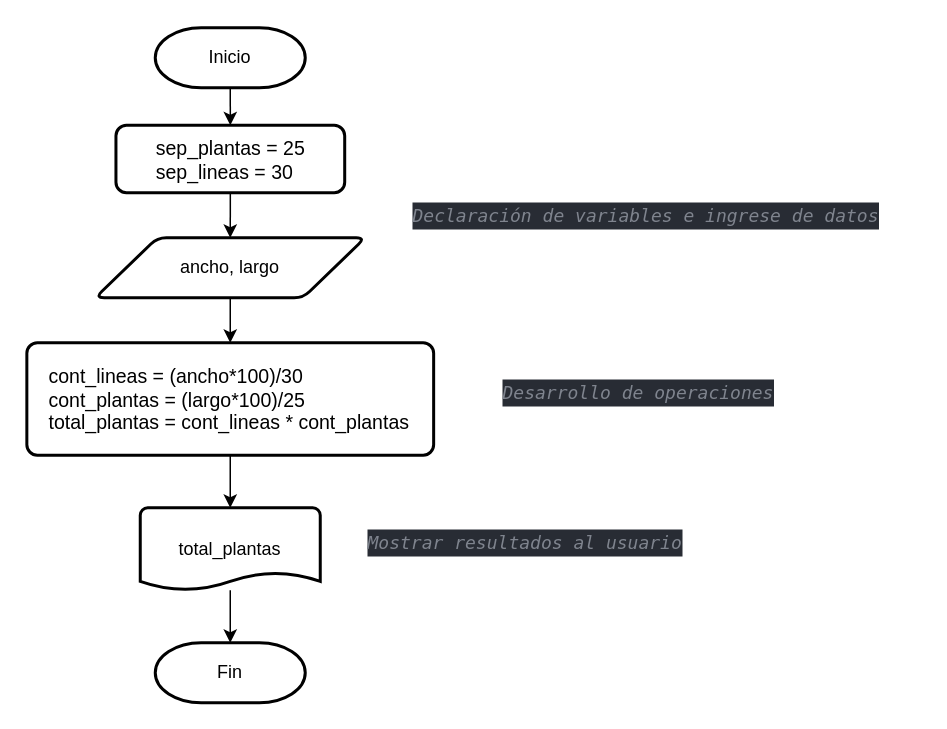
JaritaSanty/draw.io_BookPython keeps this draw.io diagram as Ejercicio_11.drawio. Above is the earlier version. Source tidied: cells renumbered, new cells numbered last; positions are measured from the earlier drawing's top-left corner, leaving out a move shared by most shapes. Both pictures are drawn from the tidied source at 150%, with x=0, y=0 at pixel (26, 27).
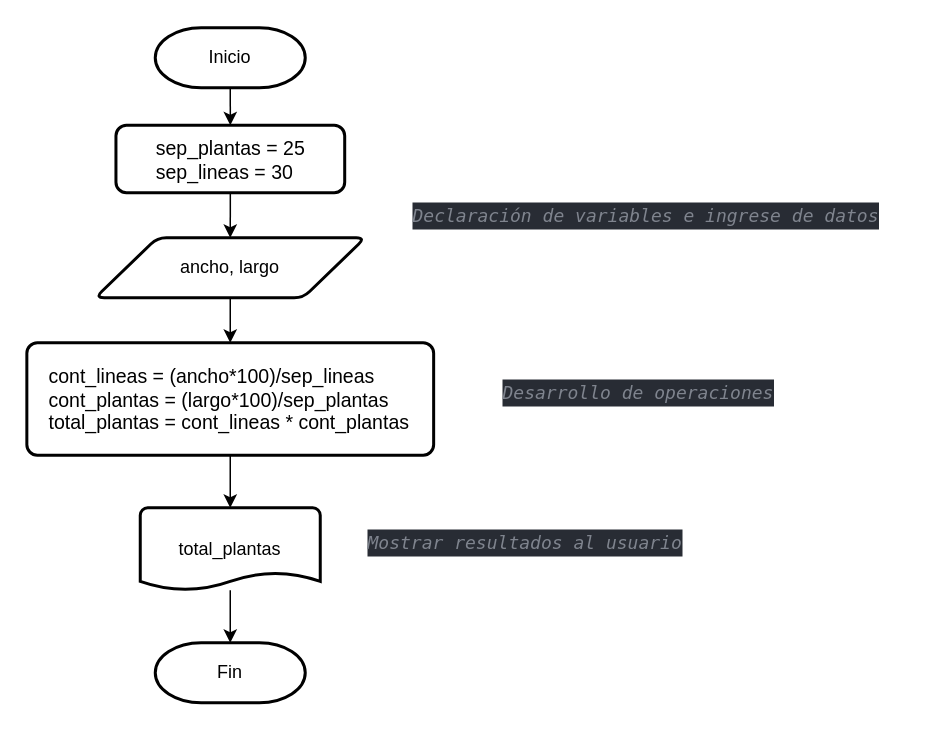
The same page after the edit.

The edit, as a diff of the source:
```diff
@@
 <mxGraphModel>
   <root>
     <mxCell id="0" />
     <mxCell id="1" parent="0" />
     <mxCell id="2" value="Inicio" style="strokeWidth=2;html=1;shape=mxgraph.flowchart.terminator;whiteSpace=wrap;" parent="1" vertex="1">
       <mxGeometry x="86" width="100" height="40" as="geometry" />
     </mxCell>
     <mxCell id="3" style="edgeStyle=orthogonalEdgeStyle;rounded=0;jettySize=auto;html=1;fontSize=13;exitX=0.5;exitY=1;exitDx=0;exitDy=0;entryX=0.5;entryY=0;entryDx=0;entryDy=0;" parent="1" edge="1" source="15" target="4">
       <mxGeometry relative="1" as="geometry" />
     </mxCell>
     <mxCell id="4" value="&lt;div style=&quot;text-align: start;&quot;&gt;ancho, largo&lt;/div&gt;" style="shape=parallelogram;html=1;strokeWidth=2;perimeter=parallelogramPerimeter;whiteSpace=wrap;rounded=1;arcSize=12;size=0.23;" parent="1" vertex="1">
       <mxGeometry x="46" y="140" width="180" height="40" as="geometry" />
     </mxCell>
     <mxCell id="5" value="total_plantas" style="strokeWidth=2;html=1;shape=mxgraph.flowchart.document2;whiteSpace=wrap;size=0.21413051060267857;" parent="1" vertex="1">
       <mxGeometry x="76" y="320" width="120" height="55" as="geometry" />
     </mxCell>
     <mxCell id="6" value="Fin" style="strokeWidth=2;html=1;shape=mxgraph.flowchart.terminator;whiteSpace=wrap;" parent="1" vertex="1">
       <mxGeometry x="86" y="410" width="100" height="40" as="geometry" />
     </mxCell>
     <mxCell id="7" style="endArrow=classic;html=1;rounded=0;exitX=0.5;exitY=1;exitDx=0;exitDy=0;exitPerimeter=0;entryX=0.5;entryY=0;entryDx=0;entryDy=0;" parent="1" edge="1" source="2" target="15">
       <mxGeometry relative="1" as="geometry" />
     </mxCell>
     <mxCell id="8" style="endArrow=classic;html=1;rounded=0;exitX=0.5;exitY=1;exitDx=0;exitDy=0;entryX=0.5;entryY=0;entryDx=0;entryDy=0;" parent="1" edge="1" source="4" target="14">
       <mxGeometry relative="1" as="geometry" />
     </mxCell>
     <mxCell id="9" style="endArrow=classic;html=1;rounded=0;entryX=0.5;entryY=0;entryDx=0;entryDy=0;entryPerimeter=0;" parent="1" edge="1" source="5" target="6">
       <mxGeometry relative="1" as="geometry" />
     </mxCell>
     <mxCell id="10" value="&lt;div style=&quot;font-style: normal; font-variant-caps: normal; font-weight: normal; letter-spacing: normal; text-align: start; text-indent: 0px; text-transform: none; word-spacing: 0px; -webkit-text-stroke-width: 0px; text-decoration: none; color: rgb(171, 178, 191); background-color: rgb(40, 44, 52); font-family: &amp;quot;Fira Code&amp;quot;, &amp;quot;Menlo for Powerline&amp;quot;, Menlo, Monaco, &amp;quot;Courier New&amp;quot;, monospace; font-size: 12px; line-height: 18px;&quot;&gt;&lt;div&gt;&lt;span style=&quot;color: rgb(127, 132, 142); font-style: italic;&quot;&gt;Declaración de variables e ingrese de datos&lt;/span&gt;&lt;/div&gt;&lt;/div&gt;" style="text;whiteSpace=wrap;html=1;" parent="1" vertex="1">
       <mxGeometry x="256" y="110" width="340" height="40" as="geometry" />
     </mxCell>
     <mxCell id="11" value="&lt;div style=&quot;font-style: normal; font-variant-caps: normal; font-weight: normal; letter-spacing: normal; text-align: start; text-indent: 0px; text-transform: none; word-spacing: 0px; -webkit-text-stroke-width: 0px; text-decoration: none; color: rgb(171, 178, 191); background-color: rgb(40, 44, 52); font-family: &amp;quot;Fira Code&amp;quot;, &amp;quot;Menlo for Powerline&amp;quot;, Menlo, Monaco, &amp;quot;Courier New&amp;quot;, monospace; font-size: 12px; line-height: 18px;&quot;&gt;&lt;div&gt;&lt;span style=&quot;color: rgb(127, 132, 142); font-style: italic;&quot;&gt;Mostrar resultados al usuario&lt;/span&gt;&lt;/div&gt;&lt;/div&gt;" style="text;whiteSpace=wrap;html=1;" parent="1" vertex="1">
       <mxGeometry x="226" y="327.5" width="240" height="40" as="geometry" />
     </mxCell>
     <mxCell id="12" style="edgeStyle=orthogonalEdgeStyle;rounded=0;jettySize=auto;html=1;exitX=0.5;exitY=1;exitDx=0;exitDy=0;entryX=0.5;entryY=0;entryDx=0;entryDy=0;entryPerimeter=0;" parent="1" edge="1" source="14" target="5">
       <mxGeometry relative="1" as="geometry" />
     </mxCell>
     <mxCell id="13" value="&lt;div style=&quot;font-style: normal; font-variant-caps: normal; font-weight: normal; letter-spacing: normal; text-align: start; text-indent: 0px; text-transform: none; word-spacing: 0px; -webkit-text-stroke-width: 0px; text-decoration: none; color: rgb(171, 178, 191); background-color: rgb(40, 44, 52); font-family: &amp;quot;Fira Code&amp;quot;, &amp;quot;Menlo for Powerline&amp;quot;, Menlo, Monaco, &amp;quot;Courier New&amp;quot;, monospace; font-size: 12px; line-height: 18px;&quot;&gt;&lt;div&gt;&lt;span style=&quot;color: rgb(127, 132, 142); font-style: italic;&quot;&gt;Desarrollo de operaciones&lt;/span&gt;&lt;/div&gt;&lt;/div&gt;" style="text;whiteSpace=wrap;html=1;" parent="1" vertex="1">
       <mxGeometry x="316" y="227.5" width="210" height="40" as="geometry" />
     </mxCell>
-    <mxCell id="14" value="&lt;div style=&quot;text-align: start;&quot;&gt;&lt;font size=&quot;2&quot;&gt;cont_lineas = (ancho*100)/30&lt;/font&gt;&lt;/div&gt;&lt;div style=&quot;text-align: start;&quot;&gt;&lt;font size=&quot;2&quot;&gt;cont_plantas = (largo*100)/25&lt;/font&gt;&lt;/div&gt;&lt;div style=&quot;text-align: start;&quot;&gt;&lt;font size=&quot;2&quot;&gt;total_plantas = cont_lineas * cont_plantas&lt;/font&gt;&lt;/div&gt;" style="rounded=1;whiteSpace=wrap;html=1;absoluteArcSize=1;arcSize=14;strokeWidth=2;" parent="1" vertex="1">
+    <mxCell id="14" value="&lt;div style=&quot;text-align: start;&quot;&gt;&lt;font size=&quot;2&quot;&gt;cont_lineas = (ancho*100)/sep_lineas&lt;/font&gt;&lt;/div&gt;&lt;div style=&quot;text-align: start;&quot;&gt;&lt;font size=&quot;2&quot;&gt;cont_plantas = (largo*100)/sep_plantas&lt;/font&gt;&lt;/div&gt;&lt;div style=&quot;text-align: start;&quot;&gt;&lt;font size=&quot;2&quot;&gt;total_plantas = cont_lineas * cont_plantas&lt;/font&gt;&lt;/div&gt;" style="rounded=1;whiteSpace=wrap;html=1;absoluteArcSize=1;arcSize=14;strokeWidth=2;" parent="1" vertex="1">
       <mxGeometry x="0.4" y="210" width="271.2" height="75" as="geometry" />
     </mxCell>
     <mxCell id="15" value="&lt;div style=&quot;text-align: start;&quot;&gt;&lt;font size=&quot;2&quot;&gt;sep_plantas = 25&lt;/font&gt;&lt;/div&gt;&lt;div style=&quot;text-align: start;&quot;&gt;&lt;font size=&quot;2&quot;&gt;sep_lineas = 30&lt;/font&gt;&lt;/div&gt;" style="rounded=1;whiteSpace=wrap;html=1;absoluteArcSize=1;arcSize=14;strokeWidth=2;" parent="1" vertex="1">
       <mxGeometry x="59.8" y="65" width="152.5" height="45" as="geometry" />
     </mxCell>
   </root>
 </mxGraphModel>
```
